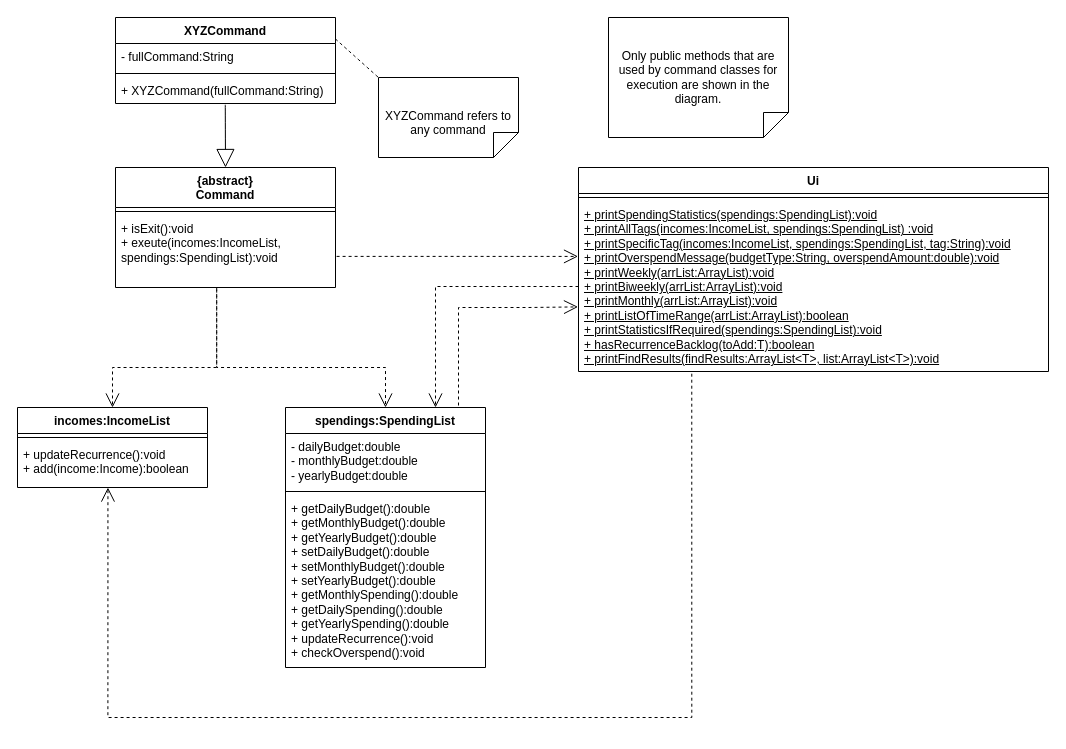
Before: docs/Diagrams/Commands/commandCD.drawio in wongwh2002/CS2113TeamProject, a draw.io diagram. Source tidied: cells renumbered, new cells numbered last; positions are measured from the earlier drawing's top-left corner, leaving out a move shared by most shapes. Both pictures are drawn from the tidied source at 100%, with x=0, y=0 at pixel (17, 17).
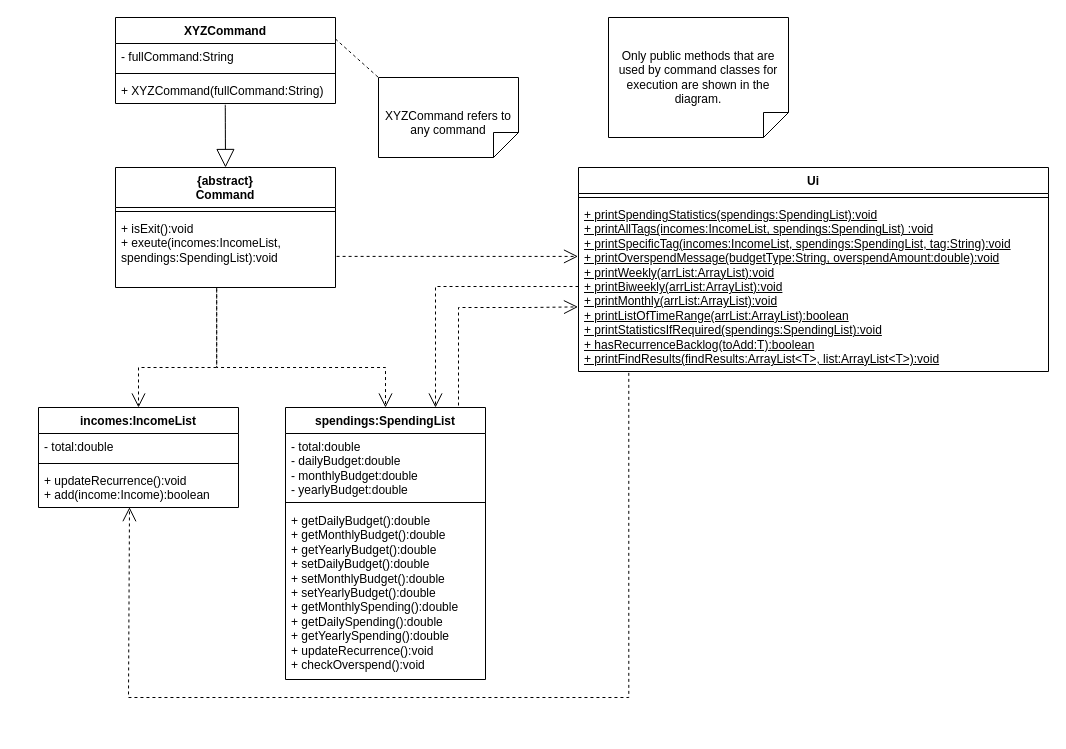
Above is the later version.

Commit message (it also covers changes not shown here):
Update command class diagram to show total attribute of lists

The change refers to these unchanged cells:
```xml
<mxCell id="19" value="&lt;u&gt;+ printSpendingStatistics(spendings:SpendingList):void&lt;/u&gt;&lt;div&gt;&lt;u&gt;+ printAllTags(incomes:IncomeList, spendings:SpendingList) :void&lt;/u&gt;&lt;/div&gt;&lt;div&gt;&lt;u&gt;+ printSpecificTag(incomes:IncomeList, spendings:SpendingList, tag:String):void&lt;/u&gt;&lt;/div&gt;&lt;div&gt;&lt;u&gt;+ printOverspendMessage(budgetType:String, overspendAmount:double):void&lt;/u&gt;&lt;/div&gt;&lt;div&gt;&lt;u&gt;+ printWeekly(arrList:ArrayList):void&lt;/u&gt;&lt;/div&gt;&lt;div&gt;&lt;u&gt;+ printBiweekly(arrList:ArrayList):void&lt;/u&gt;&lt;u&gt;&lt;br&gt;&lt;/u&gt;&lt;/div&gt;&lt;div&gt;&lt;u&gt;+ printMonthly(arrList:ArrayList):void&lt;/u&gt;&lt;u&gt;&lt;br&gt;&lt;/u&gt;&lt;/div&gt;&lt;div&gt;&lt;u&gt;+ printListOfTimeRange(arrList:ArrayList):boolean&lt;/u&gt;&lt;u&gt;&lt;br&gt;&lt;/u&gt;&lt;/div&gt;&lt;div&gt;&lt;u&gt;+ printStatisticsIfRequired(spendings:SpendingList):void&lt;/u&gt;&lt;/div&gt;&lt;div&gt;&lt;u&gt;+ hasRecurrenceBacklog(toAdd:T):boolean&lt;/u&gt;&lt;/div&gt;&lt;div&gt;&lt;u&gt;+ printFindResults(findResults:ArrayList&amp;lt;T&amp;gt;, list:ArrayList&amp;lt;T&amp;gt;):void&lt;/u&gt;&lt;/div&gt;" style="text;strokeColor=none;fillColor=none;align=left;verticalAlign=top;spacingLeft=4;spacingRight=4;overflow=hidden;points=[[0,0.5],[1,0.5]];portConstraint=eastwest;whiteSpace=wrap;html=1;" parent="17" vertex="1">
  <mxGeometry y="34" width="470" height="170" as="geometry" />
</mxCell>
<mxCell id="22" value="+ isExit():void&lt;div&gt;+ exeute(incomes:IncomeList, spendings:SpendingList):void&lt;/div&gt;" style="text;strokeColor=none;fillColor=none;align=left;verticalAlign=top;spacingLeft=4;spacingRight=4;overflow=hidden;points=[[0,0.5],[1,0.5]];portConstraint=eastwest;whiteSpace=wrap;html=1;" parent="20" vertex="1">
  <mxGeometry y="48" width="220" height="72" as="geometry" />
</mxCell>
```

Change to the diagram source:
```diff
@@
     <mxCell id="8" style="endArrow=open;endSize=12;dashed=1;html=1;rounded=0;fontSize=12;exitX=0.46;exitY=1.03;exitDx=0;exitDy=0;entryX=0.5;entryY=0;entryDx=0;entryDy=0;edgeStyle=orthogonalEdgeStyle;exitPerimeter=0;" parent="1" edge="1" source="22" target="14">
       <mxGeometry relative="1" as="geometry">
         <Array as="points">
           <mxPoint x="199" y="350" />
-          <mxPoint x="95" y="350" />
+          <mxPoint x="121" y="350" />
         </Array>
       </mxGeometry>
     </mxCell>
@@
     <mxCell id="10" value="spendings:SpendingList" style="swimlane;fontStyle=1;align=center;verticalAlign=top;horizontal=1;startSize=26;whiteSpace=wrap;html=1;" parent="1" vertex="1">
-      <mxGeometry x="268" y="390" width="200" height="260" as="geometry" />
+      <mxGeometry x="268" y="390" width="200" height="272" as="geometry" />
     </mxCell>
-    <mxCell id="11" value="- dailyBudget:double&lt;div&gt;- monthlyBudget:double&lt;/div&gt;&lt;div&gt;- yearlyBudget:double&lt;/div&gt;" style="text;strokeColor=none;fillColor=none;align=left;verticalAlign=top;spacingLeft=4;spacingRight=4;overflow=hidden;whiteSpace=wrap;html=1;" parent="10" vertex="1">
-      <mxGeometry y="26" width="200" height="54" as="geometry" />
+    <mxCell id="11" value="&lt;div&gt;- total:double&lt;/div&gt;- dailyBudget:double&lt;div&gt;- monthlyBudget:double&lt;/div&gt;&lt;div&gt;- yearlyBudget:double&lt;/div&gt;" style="text;strokeColor=none;fillColor=none;align=left;verticalAlign=top;spacingLeft=4;spacingRight=4;overflow=hidden;whiteSpace=wrap;html=1;" parent="10" vertex="1">
+      <mxGeometry y="26" width="200" height="64" as="geometry" />
     </mxCell>
     <mxCell id="12" style="line;strokeWidth=1;fillColor=none;align=left;verticalAlign=middle;spacingTop=-1;spacingLeft=3;spacingRight=3;labelPosition=right;strokeColor=inherit;" parent="10" vertex="1">
-      <mxGeometry y="80" width="200" height="8" as="geometry" />
+      <mxGeometry y="90" width="200" height="10" as="geometry" />
     </mxCell>
     <mxCell id="13" value="+ getDailyBudget():double&lt;div&gt;+ getMonthlyBudget():double&lt;/div&gt;&lt;div&gt;+ getYearlyBudget():double&lt;/div&gt;&lt;div&gt;+ setDailyBudget():double&lt;/div&gt;&lt;div&gt;+ setMonthlyBudget():double&lt;/div&gt;&lt;div&gt;+ setYearlyBudget():double&lt;/div&gt;&lt;div&gt;+ getMonthlySpending():double&lt;/div&gt;&lt;div&gt;+ getDailySpending():double&lt;/div&gt;&lt;div&gt;+ getYearlySpending():double&lt;/div&gt;&lt;div&gt;+ updateRecurrence():void&lt;/div&gt;&lt;div&gt;+ checkOverspend():void&lt;/div&gt;" style="text;strokeColor=none;fillColor=none;align=left;verticalAlign=top;spacingLeft=4;spacingRight=4;overflow=hidden;whiteSpace=wrap;html=1;" parent="10" vertex="1">
-      <mxGeometry y="88" width="200" height="172" as="geometry" />
+      <mxGeometry y="100" width="200" height="172" as="geometry" />
     </mxCell>
-    <mxCell id="14" value="incomes:IncomeList" style="swimlane;fontStyle=1;align=center;verticalAlign=top;horizontal=1;startSize=26;whiteSpace=wrap;html=1;" parent="1" vertex="1">
-      <mxGeometry y="390" width="190" height="80" as="geometry" />
-    </mxCell>
-    <mxCell id="15" style="line;strokeWidth=1;fillColor=none;align=left;verticalAlign=middle;spacingTop=-1;spacingLeft=3;spacingRight=3;labelPosition=right;strokeColor=inherit;" parent="14" vertex="1">
-      <mxGeometry y="26" width="190" height="8" as="geometry" />
-    </mxCell>
-    <mxCell id="16" value="+ updateRecurrence():void&lt;div&gt;+ add(income:Income):boolean&lt;br&gt;&lt;div&gt;&lt;br&gt;&lt;/div&gt;&lt;/div&gt;" style="text;strokeColor=none;fillColor=none;align=left;verticalAlign=top;spacingLeft=4;spacingRight=4;overflow=hidden;points=[[0,0.5],[1,0.5]];portConstraint=eastwest;whiteSpace=wrap;html=1;" parent="14" vertex="1">
-      <mxGeometry y="34" width="190" height="46" as="geometry" />
-    </mxCell>
@@
-    <mxCell id="25" style="endArrow=open;endSize=12;dashed=1;html=1;rounded=0;fontSize=12;entryX=0.476;entryY=1.001;entryDx=0;entryDy=0;entryPerimeter=0;exitX=0.241;exitY=1.013;exitDx=0;exitDy=0;exitPerimeter=0;edgeStyle=orthogonalEdgeStyle;" parent="1" edge="1" source="19" target="16">
+    <mxCell id="25" style="endArrow=open;endSize=12;dashed=1;html=1;rounded=0;fontSize=12;exitX=0.107;exitY=1.008;exitDx=0;exitDy=0;exitPerimeter=0;edgeStyle=orthogonalEdgeStyle;entryX=0.455;entryY=0.992;entryDx=0;entryDy=0;entryPerimeter=0;" parent="1" edge="1" source="19" target="16">
       <mxGeometry relative="1" as="geometry">
         <Array as="points">
-          <mxPoint x="674" y="700" />
-          <mxPoint x="90" y="700" />
+          <mxPoint x="611" y="680" />
+          <mxPoint x="111" y="680" />
+          <mxPoint x="111" y="490" />
         </Array>
       </mxGeometry>
     </mxCell>
@@
+    <mxCell id="14" value="incomes:IncomeList" style="swimlane;fontStyle=1;align=center;verticalAlign=top;horizontal=1;startSize=26;whiteSpace=wrap;html=1;" parent="1" vertex="1">
+      <mxGeometry x="21" y="390" width="200" height="100" as="geometry" />
+    </mxCell>
+    <mxCell id="29" value="- total:double" style="text;strokeColor=none;fillColor=none;align=left;verticalAlign=top;spacingLeft=4;spacingRight=4;overflow=hidden;whiteSpace=wrap;html=1;" parent="14" vertex="1">
+      <mxGeometry y="26" width="200" height="26" as="geometry" />
+    </mxCell>
+    <mxCell id="30" style="line;strokeWidth=1;fillColor=none;align=left;verticalAlign=middle;spacingTop=-1;spacingLeft=3;spacingRight=3;labelPosition=right;strokeColor=inherit;" parent="14" vertex="1">
+      <mxGeometry y="52" width="200" height="8" as="geometry" />
+    </mxCell>
+    <mxCell id="16" value="+ updateRecurrence():void&lt;div&gt;+ add(income:Income):boolean&lt;br&gt;&lt;div&gt;&lt;br&gt;&lt;/div&gt;&lt;/div&gt;" style="text;strokeColor=none;fillColor=none;align=left;verticalAlign=top;spacingLeft=4;spacingRight=4;overflow=hidden;points=[[0,0.5],[1,0.5]];portConstraint=eastwest;whiteSpace=wrap;html=1;" parent="14" vertex="1">
+      <mxGeometry y="60" width="200" height="40" as="geometry" />
+    </mxCell>
```
